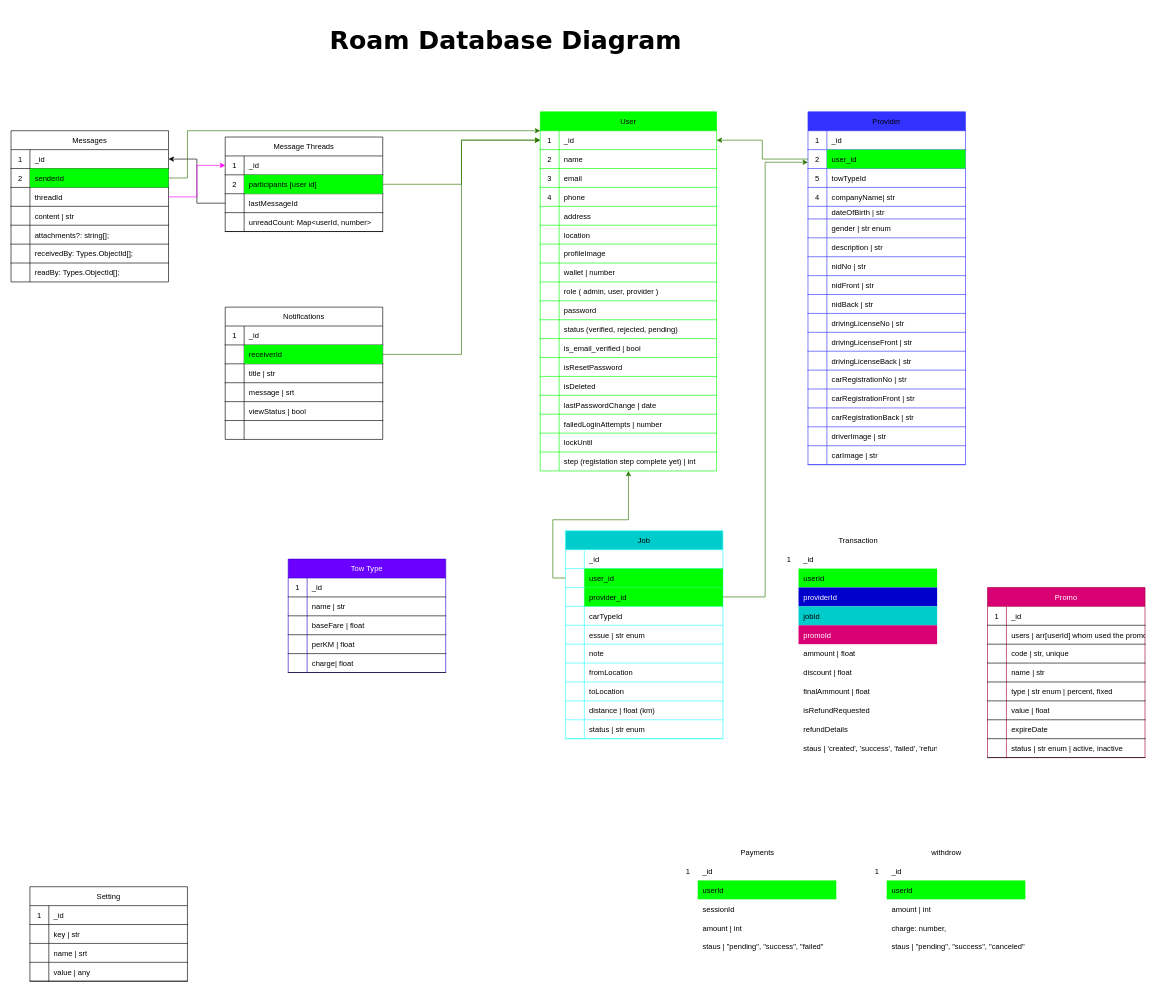
Above: page "Diagram" (1 of 2) of Diagram.drawio in mdalmamunDev/roam-backend (draw.io), before the change. Source tidied: cells renumbered, new cells numbered last; positions are measured from the earlier drawing's top-left corner, leaving out a move shared by most shapes. Both pictures are drawn from the tidied source at 63%, with x=0, y=0 at pixel (11, 11).
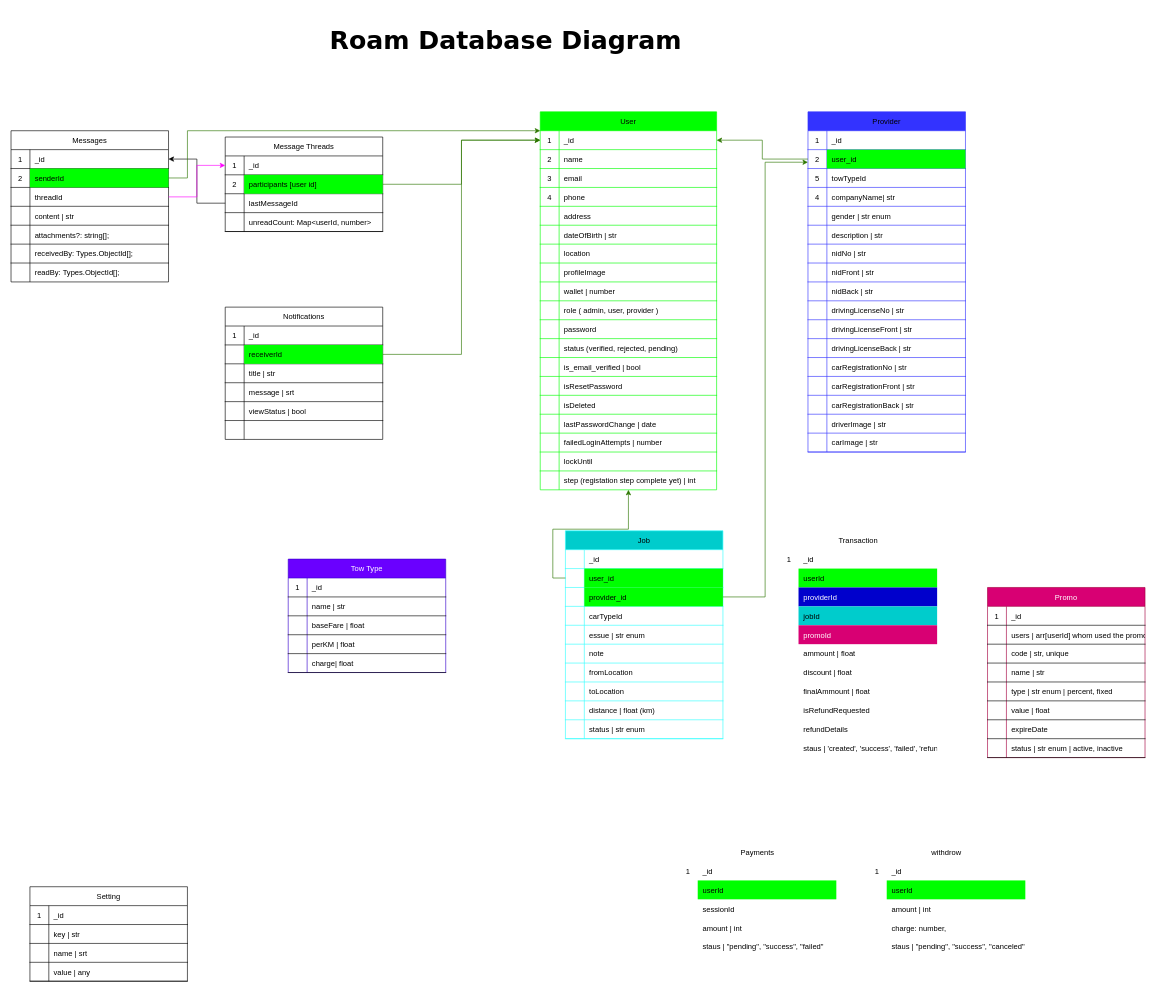
Above is the later version.

The edit, as a diff of the source:
```diff
@@
     <mxCell id="2" value="User" style="shape=table;startSize=30;childLayout=tableLayout;rowLines=0;fontStyle=0;align=center;strokeColor=#00FF00;fillColor=#00FF00;fontColor=#000000;" parent="1" vertex="1">
-      <mxGeometry x="840" y="160" width="280" height="570" as="geometry" />
+      <mxGeometry x="840" y="160" width="280" height="600" as="geometry" />
     </mxCell>
@@
+    <mxCell id="334" style="shape=partialRectangle;fillColor=none;top=0;left=0;right=0;bottom=1;strokeColor=#00FF00;fontStyle=0;" parent="2" vertex="1">
+      <mxGeometry y="180" width="280" height="30" as="geometry" />
+    </mxCell>
+    <mxCell id="335" style="shape=partialRectangle;overflow=hidden;fillColor=none;top=0;left=0;bottom=0;right=0;fontStyle=0;strokeColor=#00FF00;" parent="334" vertex="1">
+      <mxGeometry width="30" height="30" as="geometry" />
+    </mxCell>
+    <mxCell id="103" value="dateOfBirth | str" style="shape=partialRectangle;overflow=hidden;fillColor=none;top=0;left=0;bottom=0;right=0;align=left;spacingLeft=6;fontStyle=0;strokeColor=#00FF00;" parent="334" vertex="1">
+      <mxGeometry x="30" width="250" height="30" as="geometry" />
+    </mxCell>
     <mxCell id="18" style="shape=partialRectangle;fillColor=none;top=0;left=0;right=0;bottom=1;strokeColor=#00FF00;fontStyle=0;" parent="2" vertex="1">
-      <mxGeometry y="180" width="280" height="30" as="geometry" />
+      <mxGeometry y="210" width="280" height="30" as="geometry" />
     </mxCell>
@@
     <mxCell id="21" style="shape=partialRectangle;fillColor=none;top=0;left=0;right=0;bottom=1;strokeColor=#00FF00;fontStyle=0;" parent="2" vertex="1">
-      <mxGeometry y="210" width="280" height="30" as="geometry" />
+      <mxGeometry y="240" width="280" height="30" as="geometry" />
     </mxCell>
@@
     <mxCell id="24" style="shape=partialRectangle;fillColor=none;top=0;left=0;right=0;bottom=1;strokeColor=#00FF00;fontStyle=0;" parent="2" vertex="1">
-      <mxGeometry y="240" width="280" height="30" as="geometry" />
+      <mxGeometry y="270" width="280" height="30" as="geometry" />
     </mxCell>
@@
     <mxCell id="27" style="shape=partialRectangle;fillColor=none;top=0;left=0;right=0;bottom=1;strokeColor=#00FF00;fontStyle=0;" parent="2" vertex="1">
-      <mxGeometry y="270" width="280" height="30" as="geometry" />
+      <mxGeometry y="300" width="280" height="30" as="geometry" />
     </mxCell>
@@
     <mxCell id="30" style="shape=partialRectangle;fillColor=none;top=0;left=0;right=0;bottom=1;strokeColor=#00FF00;fontStyle=0;" parent="2" vertex="1">
-      <mxGeometry y="300" width="280" height="30" as="geometry" />
+      <mxGeometry y="330" width="280" height="30" as="geometry" />
     </mxCell>
@@
     <mxCell id="33" style="shape=partialRectangle;fillColor=none;top=0;left=0;right=0;bottom=1;strokeColor=#00FF00;fontStyle=0;" parent="2" vertex="1">
-      <mxGeometry y="330" width="280" height="30" as="geometry" />
+      <mxGeometry y="360" width="280" height="30" as="geometry" />
     </mxCell>
@@
     <mxCell id="36" style="shape=partialRectangle;fillColor=none;top=0;left=0;right=0;bottom=1;strokeColor=#00FF00;fontStyle=0;" parent="2" vertex="1">
-      <mxGeometry y="360" width="280" height="30" as="geometry" />
+      <mxGeometry y="390" width="280" height="30" as="geometry" />
     </mxCell>
@@
     <mxCell id="39" style="shape=partialRectangle;fillColor=none;top=0;left=0;right=0;bottom=1;strokeColor=#00FF00;fontStyle=0;" parent="2" vertex="1">
-      <mxGeometry y="390" width="280" height="30" as="geometry" />
+      <mxGeometry y="420" width="280" height="30" as="geometry" />
     </mxCell>
@@
     <mxCell id="42" style="shape=partialRectangle;fillColor=none;top=0;left=0;right=0;bottom=1;strokeColor=#00FF00;fontStyle=0;" parent="2" vertex="1">
-      <mxGeometry y="420" width="280" height="30" as="geometry" />
+      <mxGeometry y="450" width="280" height="30" as="geometry" />
     </mxCell>
@@
     <mxCell id="45" style="shape=partialRectangle;fillColor=none;top=0;left=0;right=0;bottom=1;strokeColor=#00FF00;fontStyle=0;" parent="2" vertex="1">
-      <mxGeometry y="450" width="280" height="30" as="geometry" />
+      <mxGeometry y="480" width="280" height="30" as="geometry" />
     </mxCell>
@@
     <mxCell id="48" style="shape=partialRectangle;fillColor=none;top=0;left=0;right=0;bottom=1;strokeColor=#00FF00;fontStyle=0;" parent="2" vertex="1">
-      <mxGeometry y="480" width="280" height="30" as="geometry" />
+      <mxGeometry y="510" width="280" height="30" as="geometry" />
     </mxCell>
@@
     <mxCell id="51" style="shape=partialRectangle;fillColor=none;top=0;left=0;right=0;bottom=1;strokeColor=#00FF00;fontStyle=0;" parent="2" vertex="1">
-      <mxGeometry y="510" width="280" height="30" as="geometry" />
+      <mxGeometry y="540" width="280" height="30" as="geometry" />
     </mxCell>
@@
     <mxCell id="54" style="shape=partialRectangle;fillColor=none;top=0;left=0;right=0;bottom=0;strokeColor=#00FF00;fontStyle=0;" parent="2" vertex="1">
-      <mxGeometry y="540" width="280" height="30" as="geometry" />
+      <mxGeometry y="570" width="280" height="30" as="geometry" />
     </mxCell>
@@
     <mxCell id="88" value="Provider" style="shape=table;startSize=30;childLayout=tableLayout;rowLines=0;fontStyle=0;align=center;strokeColor=#3333FF;fontColor=default;fillColor=#3333FF;" parent="1" vertex="1">
-      <mxGeometry x="1265" y="160" width="250" height="560" as="geometry" />
+      <mxGeometry x="1265" y="160" width="250" height="540" as="geometry" />
     </mxCell>
@@
-    <mxCell id="101" style="shape=partialRectangle;fillColor=none;top=0;left=0;right=0;bottom=1;strokeColor=#3333FF;fontStyle=0;" parent="88" vertex="1">
-      <mxGeometry y="150" width="250" height="20" as="geometry" />
-    </mxCell>
-    <mxCell id="102" style="shape=partialRectangle;overflow=hidden;fillColor=none;top=0;left=0;bottom=0;right=0;fontStyle=0;strokeColor=#3333FF;" parent="101" vertex="1">
-      <mxGeometry width="30" height="20" as="geometry" />
-    </mxCell>
-    <mxCell id="103" value="dateOfBirth | str" style="shape=partialRectangle;overflow=hidden;fillColor=none;top=0;left=0;bottom=0;right=0;align=left;spacingLeft=6;fontStyle=0;strokeColor=#3333FF;" parent="101" vertex="1">
-      <mxGeometry x="30" width="220" height="20" as="geometry" />
-    </mxCell>
     <mxCell id="104" style="shape=partialRectangle;fillColor=none;top=0;left=0;right=0;bottom=1;strokeColor=#3333FF;fontStyle=0;" parent="88" vertex="1">
-      <mxGeometry y="170" width="250" height="30" as="geometry" />
+      <mxGeometry y="150" width="250" height="30" as="geometry" />
     </mxCell>
@@
     <mxCell id="107" style="shape=partialRectangle;fillColor=none;top=0;left=0;right=0;bottom=1;strokeColor=#3333FF;fontStyle=0;" parent="88" vertex="1">
-      <mxGeometry y="200" width="250" height="30" as="geometry" />
+      <mxGeometry y="180" width="250" height="30" as="geometry" />
     </mxCell>
@@
     <mxCell id="110" style="shape=partialRectangle;fillColor=none;top=0;left=0;right=0;bottom=1;strokeColor=#3333FF;fontStyle=0;" parent="88" vertex="1">
-      <mxGeometry y="230" width="250" height="30" as="geometry" />
+      <mxGeometry y="210" width="250" height="30" as="geometry" />
     </mxCell>
@@
     <mxCell id="113" style="shape=partialRectangle;fillColor=none;top=0;left=0;right=0;bottom=1;strokeColor=#3333FF;fontStyle=0;" parent="88" vertex="1">
-      <mxGeometry y="260" width="250" height="30" as="geometry" />
+      <mxGeometry y="240" width="250" height="30" as="geometry" />
     </mxCell>
@@
     <mxCell id="116" style="shape=partialRectangle;fillColor=none;top=0;left=0;right=0;bottom=1;strokeColor=#3333FF;fontStyle=0;" parent="88" vertex="1">
-      <mxGeometry y="290" width="250" height="30" as="geometry" />
+      <mxGeometry y="270" width="250" height="30" as="geometry" />
     </mxCell>
@@
     <mxCell id="119" style="shape=partialRectangle;fillColor=none;top=0;left=0;right=0;bottom=1;strokeColor=#3333FF;fontStyle=0;" parent="88" vertex="1">
-      <mxGeometry y="320" width="250" height="30" as="geometry" />
+      <mxGeometry y="300" width="250" height="30" as="geometry" />
     </mxCell>
@@
     <mxCell id="122" style="shape=partialRectangle;fillColor=none;top=0;left=0;right=0;bottom=1;strokeColor=#3333FF;fontStyle=0;" parent="88" vertex="1">
-      <mxGeometry y="350" width="250" height="30" as="geometry" />
+      <mxGeometry y="330" width="250" height="30" as="geometry" />
     </mxCell>
@@
     <mxCell id="125" style="shape=partialRectangle;fillColor=none;top=0;left=0;right=0;bottom=1;strokeColor=#3333FF;fontStyle=0;" parent="88" vertex="1">
-      <mxGeometry y="380" width="250" height="30" as="geometry" />
+      <mxGeometry y="360" width="250" height="30" as="geometry" />
     </mxCell>
@@
     <mxCell id="128" style="shape=partialRectangle;fillColor=none;top=0;left=0;right=0;bottom=1;strokeColor=#3333FF;fontStyle=0;" parent="88" vertex="1">
-      <mxGeometry y="410" width="250" height="30" as="geometry" />
+      <mxGeometry y="390" width="250" height="30" as="geometry" />
     </mxCell>
@@
     <mxCell id="131" style="shape=partialRectangle;fillColor=none;top=0;left=0;right=0;bottom=1;strokeColor=#3333FF;fontStyle=0;" parent="88" vertex="1">
-      <mxGeometry y="440" width="250" height="30" as="geometry" />
+      <mxGeometry y="420" width="250" height="30" as="geometry" />
     </mxCell>
@@
     <mxCell id="134" style="shape=partialRectangle;fillColor=none;top=0;left=0;right=0;bottom=1;strokeColor=#3333FF;fontStyle=0;" parent="88" vertex="1">
-      <mxGeometry y="470" width="250" height="30" as="geometry" />
+      <mxGeometry y="450" width="250" height="30" as="geometry" />
     </mxCell>
@@
     <mxCell id="137" style="shape=partialRectangle;fillColor=none;top=0;left=0;right=0;bottom=1;strokeColor=#3333FF;fontStyle=0;" parent="88" vertex="1">
-      <mxGeometry y="500" width="250" height="30" as="geometry" />
+      <mxGeometry y="480" width="250" height="30" as="geometry" />
     </mxCell>
@@
     <mxCell id="140" style="shape=partialRectangle;fillColor=none;top=0;left=0;right=0;bottom=1;strokeColor=#3333FF;fontStyle=0;" parent="88" vertex="1">
-      <mxGeometry y="530" width="250" height="30" as="geometry" />
+      <mxGeometry y="510" width="250" height="30" as="geometry" />
     </mxCell>
```
